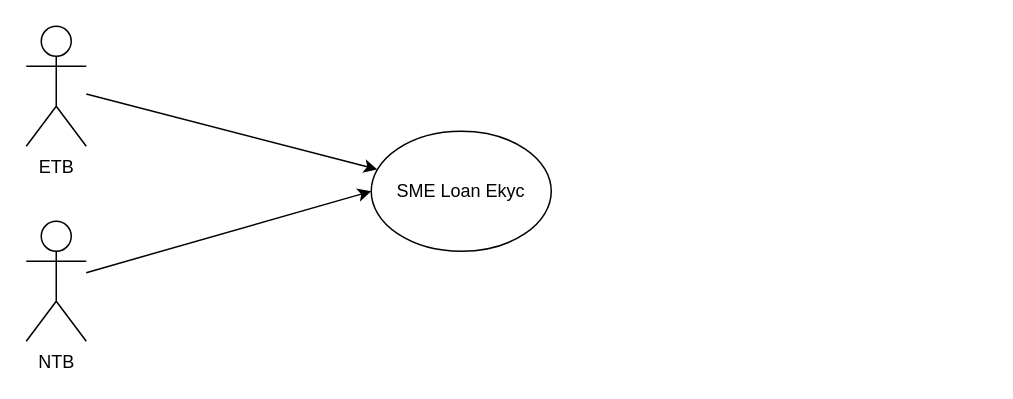
This is sg-loan-ekyc.drawio from RexYao97/sfrex, a draw.io file, before an edit. Source tidied: cells renumbered, new cells numbered last; positions are measured from the earlier drawing's top-left corner, leaving out a move shared by most shapes. Both pictures are drawn from the tidied source at 150%, with x=0, y=0 at pixel (26, 26).
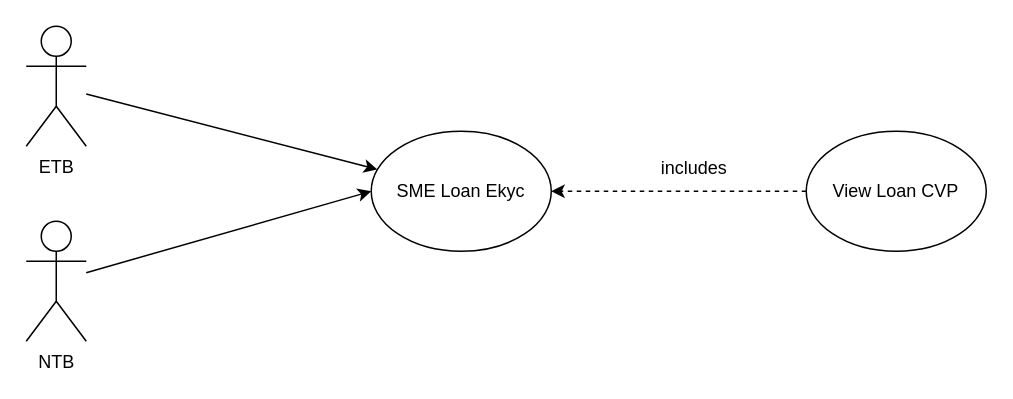
The same diagram, later.

The edit, as a diff of the source:
```diff
@@
 <mxGraphModel>
   <root>
     <mxCell id="0" />
     <mxCell id="1" parent="0" />
     <mxCell id="2" style="rounded=0;jettySize=auto;html=1;" parent="1" edge="1" source="3" target="4">
       <mxGeometry relative="1" as="geometry" />
     </mxCell>
     <mxCell id="3" value="ETB" style="shape=umlActor;verticalLabelPosition=bottom;verticalAlign=top;html=1;outlineConnect=0;" parent="1" vertex="1">
       <mxGeometry width="40" height="80" as="geometry" />
     </mxCell>
     <mxCell id="4" value="SME Loan Ekyc" style="ellipse;whiteSpace=wrap;html=1;" parent="1" vertex="1">
       <mxGeometry x="230" y="70" width="120" height="80" as="geometry" />
     </mxCell>
     <mxCell id="5" style="rounded=0;jettySize=auto;html=1;entryX=0;entryY=0.5;entryDx=0;entryDy=0;" parent="1" edge="1" source="6" target="4">
       <mxGeometry relative="1" as="geometry" />
     </mxCell>
     <mxCell id="6" value="NTB" style="shape=umlActor;verticalLabelPosition=bottom;verticalAlign=top;html=1;outlineConnect=0;" parent="1" vertex="1">
       <mxGeometry y="130" width="40" height="80" as="geometry" />
     </mxCell>
+    <mxCell id="7" style="edgeStyle=orthogonalEdgeStyle;rounded=0;jettySize=auto;html=1;entryX=1;entryY=0.5;entryDx=0;entryDy=0;dashed=1;" parent="1" edge="1" source="8" target="4">
+      <mxGeometry relative="1" as="geometry" />
+    </mxCell>
+    <mxCell id="8" value="View Loan CVP" style="ellipse;whiteSpace=wrap;html=1;" parent="1" vertex="1">
+      <mxGeometry x="520" y="70" width="120" height="80" as="geometry" />
+    </mxCell>
+    <mxCell id="9" value="includes" style="text;html=1;align=center;verticalAlign=middle;strokeColor=none;fillColor=none;" parent="1" vertex="1">
+      <mxGeometry x="410" y="80" width="70" height="30" as="geometry" />
+    </mxCell>
   </root>
 </mxGraphModel>
```
